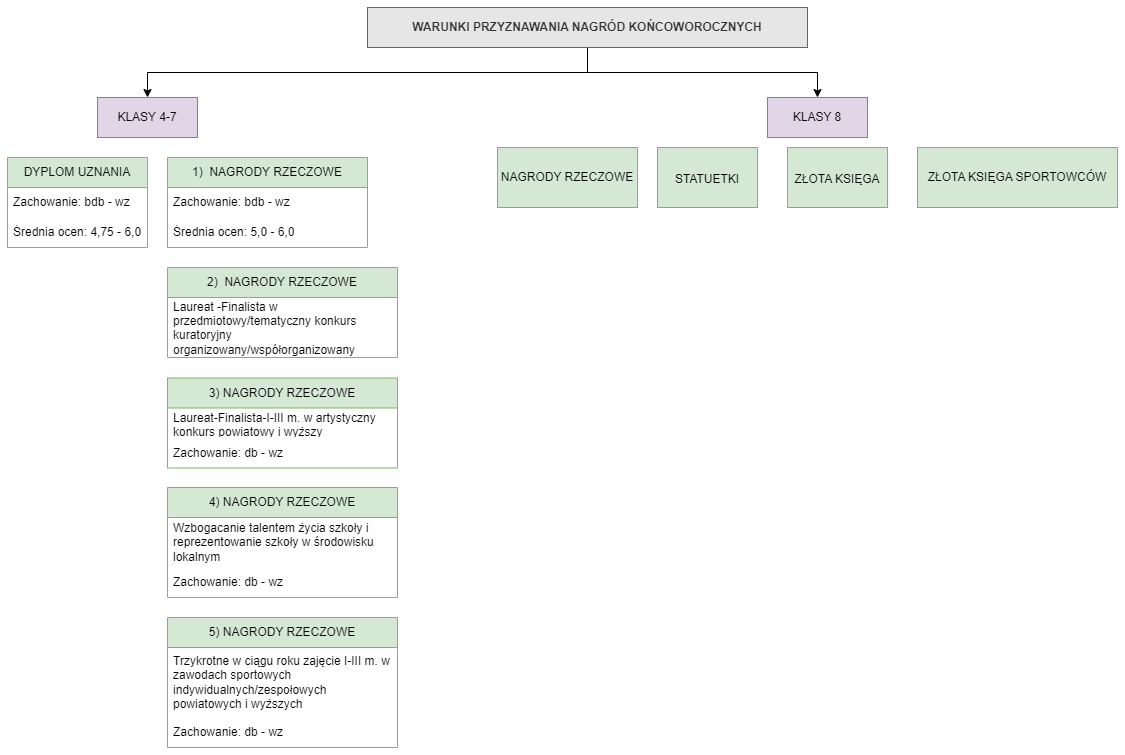
Above: WARUNKI PRZYZNAWANIA NAGRÓD SP2DT.drawio.png in CyberLady-Bug/School-Winners (draw.io), before the change. Source tidied: cells renumbered, new cells last; positions are measured from the earlier drawing's top-left corner, leaving out a move shared by most shapes.
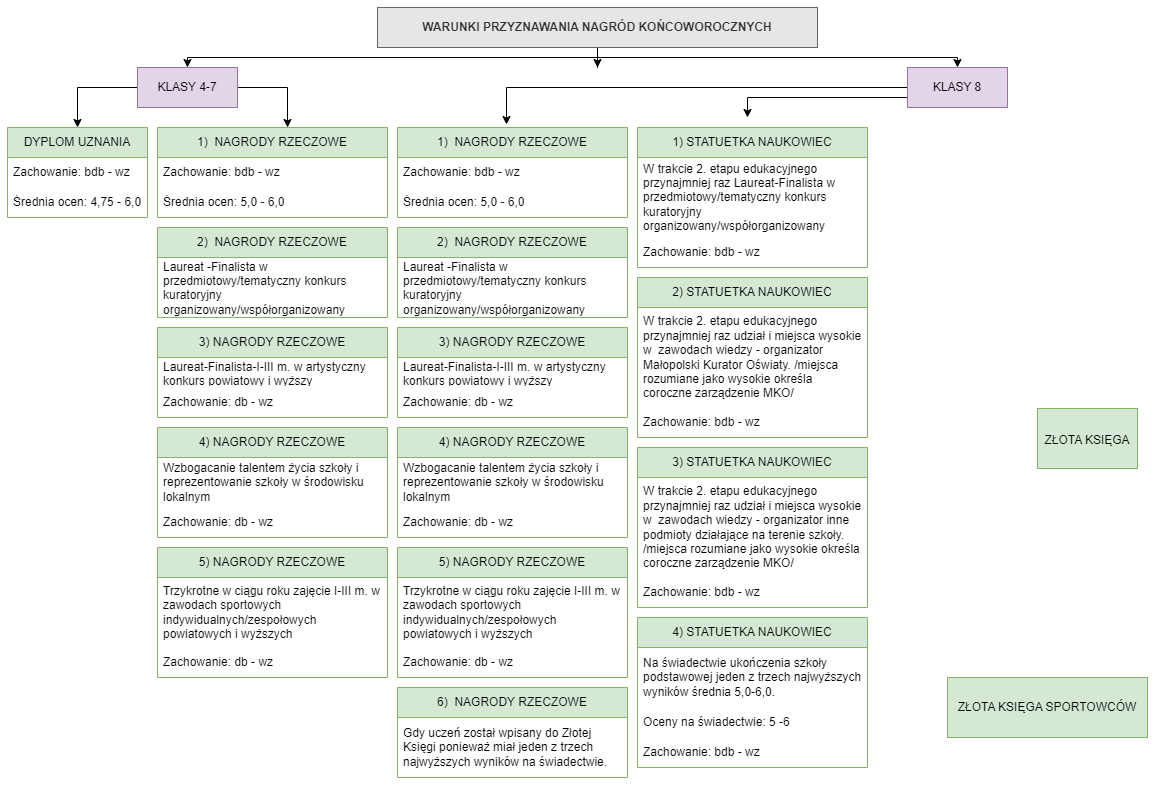
The same file after the commit.

The edit, as a diff of the source:
```diff
@@ -2,35 +2,65 @@
   <root>
     <mxCell id="0" />
     <mxCell id="1" parent="0" />
+    <mxCell id="28" style="edgeStyle=orthogonalEdgeStyle;rounded=0;jettySize=auto;html=1;exitX=0;exitY=0.5;exitDx=0;exitDy=0;entryX=0.474;entryY=-0.033;entryDx=0;entryDy=0;entryPerimeter=0;" parent="1" edge="1" source="2" target="33">
+      <mxGeometry relative="1" as="geometry">
+        <Array as="points">
+          <mxPoint x="489" y="50" />
+        </Array>
+      </mxGeometry>
+    </mxCell>
+    <mxCell id="29" style="edgeStyle=orthogonalEdgeStyle;rounded=0;jettySize=auto;html=1;exitX=0;exitY=0.75;exitDx=0;exitDy=0;" parent="1" edge="1" source="2">
+      <mxGeometry relative="1" as="geometry">
+        <mxPoint x="730" y="80" as="targetPoint" />
+      </mxGeometry>
+    </mxCell>
     <mxCell id="2" value="KLASY 8" style="whiteSpace=wrap;html=1;fillColor=#e1d5e7;strokeColor=#9673a6;" parent="1" vertex="1">
-      <mxGeometry x="760" y="90" width="100" height="40" as="geometry" />
+      <mxGeometry x="890" y="30" width="100" height="40" as="geometry" />
     </mxCell>
     <mxCell id="3" style="edgeStyle=elbowEdgeStyle;elbow=vertical;html=1;rounded=0;" parent="1" edge="1" source="6" target="2">
       <mxGeometry relative="1" as="geometry" />
     </mxCell>
+    <mxCell id="30" style="edgeStyle=orthogonalEdgeStyle;rounded=0;jettySize=auto;html=1;exitX=0;exitY=0.5;exitDx=0;exitDy=0;entryX=0.5;entryY=0;entryDx=0;entryDy=0;" parent="1" edge="1" source="4" target="11">
+      <mxGeometry x="0.33" y="-10" relative="1" as="geometry">
+        <Array as="points">
+          <mxPoint x="60" y="50" />
+        </Array>
+      </mxGeometry>
+    </mxCell>
+    <mxCell id="31" style="edgeStyle=orthogonalEdgeStyle;rounded=0;jettySize=auto;html=1;exitX=1;exitY=0.5;exitDx=0;exitDy=0;" parent="1" edge="1" source="4">
+      <mxGeometry relative="1" as="geometry">
+        <mxPoint x="270" y="90" as="targetPoint" />
+      </mxGeometry>
+    </mxCell>
     <mxCell id="4" value="KLASY 4-7" style="whiteSpace=wrap;html=1;fillColor=#e1d5e7;strokeColor=#9673a6;" parent="1" vertex="1">
-      <mxGeometry x="90" y="90" width="100" height="40" as="geometry" />
+      <mxGeometry x="120" y="30" width="100" height="40" as="geometry" />
     </mxCell>
-    <mxCell id="5" style="edgeStyle=elbowEdgeStyle;elbow=vertical;html=1;rounded=0;" parent="1" edge="1" source="6" target="4">
-      <mxGeometry relative="1" as="geometry" />
+    <mxCell id="5" style="edgeStyle=elbowEdgeStyle;elbow=vertical;html=1;rounded=0;" parent="1" edge="1" target="4">
+      <mxGeometry relative="1" as="geometry">
+        <mxPoint x="580" y="20" as="sourcePoint" />
+        <Array as="points">
+          <mxPoint x="480" y="20" />
+          <mxPoint x="470" y="40" />
+          <mxPoint x="590" y="30" />
+        </Array>
+      </mxGeometry>
     </mxCell>
+    <mxCell id="32" style="edgeStyle=orthogonalEdgeStyle;rounded=0;jettySize=auto;html=1;" parent="1" edge="1" source="6">
+      <mxGeometry relative="1" as="geometry">
+        <mxPoint x="580" y="30" as="targetPoint" />
+      </mxGeometry>
+    </mxCell>
     <mxCell id="6" value="WARUNKI PRZYZNAWANIA NAGRÓD KOŃCOWOROCZNYCH" style="whiteSpace=wrap;html=1;fillColor=#E6E6E6;strokeColor=#666666;fontColor=#333333;fontStyle=1;" parent="1" vertex="1">
-      <mxGeometry x="360" width="440" height="40" as="geometry" />
+      <mxGeometry x="360" y="-30" width="440" height="40" as="geometry" />
     </mxCell>
-    <mxCell id="7" value="&lt;p style=&quot;line-height: 30%;&quot;&gt;&lt;br&gt;STATUETKI&lt;/p&gt;" style="rounded=0;whiteSpace=wrap;html=1;fillColor=#d5e8d4;strokeColor=#82b366;" parent="1" vertex="1">
-      <mxGeometry x="650" y="140" width="100" height="60" as="geometry" />
-    </mxCell>
-    <mxCell id="8" value="NAGRODY RZECZOWE" style="rounded=0;whiteSpace=wrap;html=1;fillColor=#d5e8d4;strokeColor=#82b366;" parent="1" vertex="1">
-      <mxGeometry x="490" y="140" width="140" height="60" as="geometry" />
-    </mxCell>
     <mxCell id="9" value="&lt;p style=&quot;line-height: 30%;&quot;&gt;&lt;br&gt;ZŁOTA KSIĘGA&lt;br&gt;&lt;/p&gt;" style="rounded=0;whiteSpace=wrap;html=1;fillColor=#d5e8d4;strokeColor=#82b366;" parent="1" vertex="1">
-      <mxGeometry x="780" y="140" width="100" height="60" as="geometry" />
+      <mxGeometry x="1020" y="371" width="100" height="60" as="geometry" />
     </mxCell>
     <mxCell id="10" value="ZŁOTA KSIĘGA SPORTOWCÓW" style="rounded=0;whiteSpace=wrap;html=1;fillColor=#d5e8d4;strokeColor=#82b366;" parent="1" vertex="1">
-      <mxGeometry x="910" y="140" width="200" height="60" as="geometry" />
+      <mxGeometry x="930" y="640" width="200" height="60" as="geometry" />
     </mxCell>
     <mxCell id="11" value="DYPLOM UZNANIA" style="swimlane;fontStyle=0;horizontal=1;startSize=30;whiteSpace=wrap;html=1;fillColor=#d5e8d4;strokeColor=#82b366;" parent="1" vertex="1">
-      <mxGeometry y="150" width="140" height="90" as="geometry" />
+      <mxGeometry x="-10" y="90" width="140" height="90" as="geometry" />
     </mxCell>
     <mxCell id="12" value="Zachowanie: bdb - wz" style="text;strokeColor=none;fillColor=none;align=left;verticalAlign=middle;spacingLeft=4;spacingRight=4;overflow=hidden;whiteSpace=wrap;html=1;" parent="11" vertex="1">
       <mxGeometry y="30" width="140" height="30" as="geometry" />
@@ -39,22 +69,22 @@
       <mxGeometry y="60" width="140" height="30" as="geometry" />
     </mxCell>
     <mxCell id="14" value="1)&amp;nbsp; NAGRODY RZECZOWE" style="swimlane;fontStyle=0;horizontal=1;startSize=30;whiteSpace=wrap;html=1;fillColor=#d5e8d4;strokeColor=#82b366;" parent="1" vertex="1">
-      <mxGeometry x="160" y="150" width="200" height="90" as="geometry" />
+      <mxGeometry x="140" y="90" width="230" height="90" as="geometry" />
     </mxCell>
     <mxCell id="15" value="Zachowanie: bdb - wz" style="text;strokeColor=none;fillColor=none;align=left;verticalAlign=middle;spacingLeft=4;spacingRight=4;overflow=hidden;whiteSpace=wrap;html=1;" parent="14" vertex="1">
-      <mxGeometry y="30" width="200" height="30" as="geometry" />
+      <mxGeometry y="30" width="230" height="30" as="geometry" />
     </mxCell>
     <mxCell id="16" value="Średnia ocen: 5,0 - 6,0" style="text;strokeColor=none;fillColor=none;align=left;verticalAlign=middle;spacingLeft=4;spacingRight=4;overflow=hidden;whiteSpace=wrap;html=1;" parent="14" vertex="1">
-      <mxGeometry y="60" width="200" height="30" as="geometry" />
+      <mxGeometry y="60" width="230" height="30" as="geometry" />
     </mxCell>
     <mxCell id="17" value="2)&amp;nbsp; NAGRODY RZECZOWE" style="swimlane;fontStyle=0;horizontal=1;startSize=30;whiteSpace=wrap;html=1;fillColor=#d5e8d4;strokeColor=#82b366;" parent="1" vertex="1">
-      <mxGeometry x="160" y="260" width="230" height="90" as="geometry" />
+      <mxGeometry x="140" y="190" width="230" height="90" as="geometry" />
     </mxCell>
     <mxCell id="18" value="Laureat -Finalista w przedmiotowy/tematyczny konkurs kuratoryjny organizowany/współorganizowany" style="text;strokeColor=none;fillColor=none;align=left;verticalAlign=middle;spacingLeft=4;spacingRight=4;overflow=hidden;whiteSpace=wrap;html=1;" parent="17" vertex="1">
       <mxGeometry y="30" width="230" height="60" as="geometry" />
     </mxCell>
     <mxCell id="19" value="3) NAGRODY RZECZOWE" style="swimlane;fontStyle=0;horizontal=1;startSize=30;whiteSpace=wrap;html=1;fillColor=#d5e8d4;strokeColor=#82b366;" parent="1" vertex="1">
-      <mxGeometry x="160" y="370.5" width="230" height="90" as="geometry" />
+      <mxGeometry x="140" y="290" width="230" height="90" as="geometry" />
     </mxCell>
     <mxCell id="20" value="Laureat-Finalista-I-III m. w artystyczny konkurs powiatowy i wyższy" style="text;strokeColor=none;fillColor=none;align=left;verticalAlign=middle;spacingLeft=4;spacingRight=4;overflow=hidden;whiteSpace=wrap;html=1;" parent="19" vertex="1">
       <mxGeometry y="30" width="230" height="30" as="geometry" />
@@ -63,7 +93,7 @@
       <mxGeometry y="60" width="230" height="30" as="geometry" />
     </mxCell>
     <mxCell id="22" value="4) NAGRODY RZECZOWE" style="swimlane;fontStyle=0;horizontal=1;startSize=30;whiteSpace=wrap;html=1;fillColor=#d5e8d4;strokeColor=#82b366;" parent="1" vertex="1">
-      <mxGeometry x="160" y="480" width="230" height="110" as="geometry" />
+      <mxGeometry x="140" y="390" width="230" height="110" as="geometry" />
     </mxCell>
     <mxCell id="23" value="Wzbogacanie talentem życia szkoły i reprezentowanie szkoły w środowisku lokalnym" style="text;strokeColor=none;fillColor=none;align=left;verticalAlign=middle;spacingLeft=4;spacingRight=4;overflow=hidden;whiteSpace=wrap;html=1;" parent="22" vertex="1">
       <mxGeometry y="30" width="230" height="50" as="geometry" />
@@ -72,7 +102,7 @@
       <mxGeometry y="80" width="230" height="30" as="geometry" />
     </mxCell>
     <mxCell id="25" value="5) NAGRODY RZECZOWE" style="swimlane;fontStyle=0;horizontal=1;startSize=30;whiteSpace=wrap;html=1;fillColor=#d5e8d4;strokeColor=#82b366;" parent="1" vertex="1">
-      <mxGeometry x="160" y="610" width="230" height="130" as="geometry" />
+      <mxGeometry x="140" y="510" width="230" height="130" as="geometry" />
     </mxCell>
     <mxCell id="26" value="Trzykrotne w ciągu roku zajęcie I-III m. w zawodach sportowych indywidualnych/zespołowych powiatowych i wyższych" style="text;strokeColor=none;fillColor=none;align=left;verticalAlign=middle;spacingLeft=4;spacingRight=4;overflow=hidden;whiteSpace=wrap;html=1;" parent="25" vertex="1">
       <mxGeometry y="30" width="230" height="70" as="geometry" />
@@ -80,5 +110,92 @@
     <mxCell id="27" value="Zachowanie: db - wz" style="text;strokeColor=none;fillColor=none;align=left;verticalAlign=middle;spacingLeft=4;spacingRight=4;overflow=hidden;whiteSpace=wrap;html=1;" parent="25" vertex="1">
       <mxGeometry y="100" width="230" height="30" as="geometry" />
     </mxCell>
+    <mxCell id="33" value="1)&amp;nbsp; NAGRODY RZECZOWE" style="swimlane;fontStyle=0;horizontal=1;startSize=30;whiteSpace=wrap;html=1;fillColor=#d5e8d4;strokeColor=#82b366;" parent="1" vertex="1">
+      <mxGeometry x="380" y="90" width="230" height="90" as="geometry" />
+    </mxCell>
+    <mxCell id="34" value="Zachowanie: bdb - wz" style="text;strokeColor=none;fillColor=none;align=left;verticalAlign=middle;spacingLeft=4;spacingRight=4;overflow=hidden;whiteSpace=wrap;html=1;" parent="33" vertex="1">
+      <mxGeometry y="30" width="230" height="30" as="geometry" />
+    </mxCell>
+    <mxCell id="35" value="Średnia ocen: 5,0 - 6,0" style="text;strokeColor=none;fillColor=none;align=left;verticalAlign=middle;spacingLeft=4;spacingRight=4;overflow=hidden;whiteSpace=wrap;html=1;" parent="33" vertex="1">
+      <mxGeometry y="60" width="230" height="30" as="geometry" />
+    </mxCell>
+    <mxCell id="36" value="2)&amp;nbsp; NAGRODY RZECZOWE" style="swimlane;fontStyle=0;horizontal=1;startSize=30;whiteSpace=wrap;html=1;fillColor=#d5e8d4;strokeColor=#82b366;" parent="1" vertex="1">
+      <mxGeometry x="380" y="190" width="230" height="90" as="geometry" />
+    </mxCell>
+    <mxCell id="37" value="Laureat -Finalista w przedmiotowy/tematyczny konkurs kuratoryjny organizowany/współorganizowany" style="text;strokeColor=none;fillColor=none;align=left;verticalAlign=middle;spacingLeft=4;spacingRight=4;overflow=hidden;whiteSpace=wrap;html=1;" parent="36" vertex="1">
+      <mxGeometry y="30" width="230" height="60" as="geometry" />
+    </mxCell>
+    <mxCell id="38" value="3) NAGRODY RZECZOWE" style="swimlane;fontStyle=0;horizontal=1;startSize=30;whiteSpace=wrap;html=1;fillColor=#d5e8d4;strokeColor=#82b366;" parent="1" vertex="1">
+      <mxGeometry x="380" y="290" width="230" height="90" as="geometry" />
+    </mxCell>
+    <mxCell id="39" value="Laureat-Finalista-I-III m. w artystyczny konkurs powiatowy i wyższy" style="text;strokeColor=none;fillColor=none;align=left;verticalAlign=middle;spacingLeft=4;spacingRight=4;overflow=hidden;whiteSpace=wrap;html=1;" parent="38" vertex="1">
+      <mxGeometry y="30" width="230" height="30" as="geometry" />
+    </mxCell>
+    <mxCell id="40" value="Zachowanie: db - wz" style="text;strokeColor=none;fillColor=none;align=left;verticalAlign=middle;spacingLeft=4;spacingRight=4;overflow=hidden;whiteSpace=wrap;html=1;" parent="38" vertex="1">
+      <mxGeometry y="60" width="230" height="30" as="geometry" />
+    </mxCell>
+    <mxCell id="41" value="4) NAGRODY RZECZOWE" style="swimlane;fontStyle=0;horizontal=1;startSize=30;whiteSpace=wrap;html=1;fillColor=#d5e8d4;strokeColor=#82b366;" parent="1" vertex="1">
+      <mxGeometry x="380" y="390" width="230" height="110" as="geometry" />
+    </mxCell>
+    <mxCell id="42" value="Wzbogacanie talentem życia szkoły i reprezentowanie szkoły w środowisku lokalnym" style="text;strokeColor=none;fillColor=none;align=left;verticalAlign=middle;spacingLeft=4;spacingRight=4;overflow=hidden;whiteSpace=wrap;html=1;" parent="41" vertex="1">
+      <mxGeometry y="30" width="230" height="50" as="geometry" />
+    </mxCell>
+    <mxCell id="43" value="Zachowanie: db - wz" style="text;strokeColor=none;fillColor=none;align=left;verticalAlign=middle;spacingLeft=4;spacingRight=4;overflow=hidden;whiteSpace=wrap;html=1;" parent="41" vertex="1">
+      <mxGeometry y="80" width="230" height="30" as="geometry" />
+    </mxCell>
+    <mxCell id="44" value="5) NAGRODY RZECZOWE" style="swimlane;fontStyle=0;horizontal=1;startSize=30;whiteSpace=wrap;html=1;fillColor=#d5e8d4;strokeColor=#82b366;" parent="1" vertex="1">
+      <mxGeometry x="380" y="510" width="230" height="130" as="geometry" />
+    </mxCell>
+    <mxCell id="45" value="Trzykrotne w ciągu roku zajęcie I-III m. w zawodach sportowych indywidualnych/zespołowych powiatowych i wyższych" style="text;strokeColor=none;fillColor=none;align=left;verticalAlign=middle;spacingLeft=4;spacingRight=4;overflow=hidden;whiteSpace=wrap;html=1;" parent="44" vertex="1">
+      <mxGeometry y="30" width="230" height="70" as="geometry" />
+    </mxCell>
+    <mxCell id="46" value="Zachowanie: db - wz" style="text;strokeColor=none;fillColor=none;align=left;verticalAlign=middle;spacingLeft=4;spacingRight=4;overflow=hidden;whiteSpace=wrap;html=1;" parent="44" vertex="1">
+      <mxGeometry y="100" width="230" height="30" as="geometry" />
+    </mxCell>
+    <mxCell id="47" value="6)&amp;nbsp; NAGRODY RZECZOWE" style="swimlane;fontStyle=0;horizontal=1;startSize=30;whiteSpace=wrap;html=1;fillColor=#d5e8d4;strokeColor=#82b366;" parent="1" vertex="1">
+      <mxGeometry x="380" y="650" width="230" height="90" as="geometry" />
+    </mxCell>
+    <mxCell id="48" value="Gdy uczeń został wpisany do Złotej Księgi ponieważ miał jeden z trzech najwyższych wyników na świadectwie." style="text;strokeColor=none;fillColor=none;align=left;verticalAlign=middle;spacingLeft=4;spacingRight=4;overflow=hidden;whiteSpace=wrap;html=1;" parent="47" vertex="1">
+      <mxGeometry y="30" width="230" height="60" as="geometry" />
+    </mxCell>
+    <mxCell id="49" value="1) STATUETKA NAUKOWIEC" style="swimlane;fontStyle=0;horizontal=1;startSize=30;whiteSpace=wrap;html=1;fillColor=#d5e8d4;strokeColor=#82b366;" parent="1" vertex="1">
+      <mxGeometry x="620" y="90" width="230" height="140" as="geometry" />
+    </mxCell>
+    <mxCell id="50" value="W trakcie 2. etapu edukacyjnego przynajmniej raz Laureat-Finalista w przedmiotowy/tematyczny konkurs kuratoryjny organizowany/współorganizowany&amp;nbsp;" style="text;strokeColor=none;fillColor=none;align=left;verticalAlign=middle;spacingLeft=4;spacingRight=4;overflow=hidden;whiteSpace=wrap;html=1;" parent="49" vertex="1">
+      <mxGeometry y="30" width="230" height="80" as="geometry" />
+    </mxCell>
+    <mxCell id="51" value="Zachowanie: bdb - wz" style="text;strokeColor=none;fillColor=none;align=left;verticalAlign=middle;spacingLeft=4;spacingRight=4;overflow=hidden;whiteSpace=wrap;html=1;" parent="49" vertex="1">
+      <mxGeometry y="110" width="230" height="30" as="geometry" />
+    </mxCell>
+    <mxCell id="52" value="2) STATUETKA NAUKOWIEC" style="swimlane;fontStyle=0;horizontal=1;startSize=30;whiteSpace=wrap;html=1;fillColor=#d5e8d4;strokeColor=#82b366;" parent="1" vertex="1">
+      <mxGeometry x="620" y="240" width="230" height="160" as="geometry" />
+    </mxCell>
+    <mxCell id="53" value="W trakcie 2. etapu edukacyjnego przynajmniej raz udział i miejsca wysokie w&amp;nbsp; zawodach wiedzy - organizator Małopolski Kurator Oświaty. /miejsca rozumiane jako wysokie określa coroczne zarządzenie MKO/" style="text;strokeColor=none;fillColor=none;align=left;verticalAlign=middle;spacingLeft=4;spacingRight=4;overflow=hidden;whiteSpace=wrap;html=1;" parent="52" vertex="1">
+      <mxGeometry y="30" width="230" height="100" as="geometry" />
+    </mxCell>
+    <mxCell id="54" value="Zachowanie: bdb - wz" style="text;strokeColor=none;fillColor=none;align=left;verticalAlign=middle;spacingLeft=4;spacingRight=4;overflow=hidden;whiteSpace=wrap;html=1;" parent="52" vertex="1">
+      <mxGeometry y="130" width="230" height="30" as="geometry" />
+    </mxCell>
+    <mxCell id="55" value="3) STATUETKA NAUKOWIEC" style="swimlane;fontStyle=0;horizontal=1;startSize=30;whiteSpace=wrap;html=1;fillColor=#d5e8d4;strokeColor=#82b366;" parent="1" vertex="1">
+      <mxGeometry x="620" y="410" width="230" height="160" as="geometry" />
+    </mxCell>
+    <mxCell id="56" value="W trakcie 2. etapu edukacyjnego przynajmniej raz udział i miejsca wysokie w&amp;nbsp; zawodach wiedzy - organizator inne podmioty działające na terenie szkoły. /miejsca rozumiane jako wysokie określa coroczne zarządzenie MKO/" style="text;strokeColor=none;fillColor=none;align=left;verticalAlign=middle;spacingLeft=4;spacingRight=4;overflow=hidden;whiteSpace=wrap;html=1;" parent="55" vertex="1">
+      <mxGeometry y="30" width="230" height="100" as="geometry" />
+    </mxCell>
+    <mxCell id="57" value="Zachowanie: bdb - wz" style="text;strokeColor=none;fillColor=none;align=left;verticalAlign=middle;spacingLeft=4;spacingRight=4;overflow=hidden;whiteSpace=wrap;html=1;" parent="55" vertex="1">
+      <mxGeometry y="130" width="230" height="30" as="geometry" />
+    </mxCell>
+    <mxCell id="58" value="4) STATUETKA NAUKOWIEC" style="swimlane;fontStyle=0;horizontal=1;startSize=30;whiteSpace=wrap;html=1;fillColor=#d5e8d4;strokeColor=#82b366;" parent="1" vertex="1">
+      <mxGeometry x="620" y="580" width="230" height="150" as="geometry" />
+    </mxCell>
+    <mxCell id="59" value="Na świadectwie ukończenia szkoły podstawowej jeden z trzech najwyższych wyników średnia 5,0-6,0." style="text;strokeColor=none;fillColor=none;align=left;verticalAlign=middle;spacingLeft=4;spacingRight=4;overflow=hidden;whiteSpace=wrap;html=1;" parent="58" vertex="1">
+      <mxGeometry y="30" width="230" height="60" as="geometry" />
+    </mxCell>
+    <mxCell id="60" value="Oceny na świadectwie: 5 -6" style="text;strokeColor=none;fillColor=none;align=left;verticalAlign=middle;spacingLeft=4;spacingRight=4;overflow=hidden;whiteSpace=wrap;html=1;" parent="58" vertex="1">
+      <mxGeometry y="90" width="230" height="30" as="geometry" />
+    </mxCell>
+    <mxCell id="61" value="Zachowanie: bdb - wz" style="text;strokeColor=none;fillColor=none;align=left;verticalAlign=middle;spacingLeft=4;spacingRight=4;overflow=hidden;whiteSpace=wrap;html=1;" parent="58" vertex="1">
+      <mxGeometry y="120" width="230" height="30" as="geometry" />
+    </mxCell>
   </root>
 </mxGraphModel>
```
